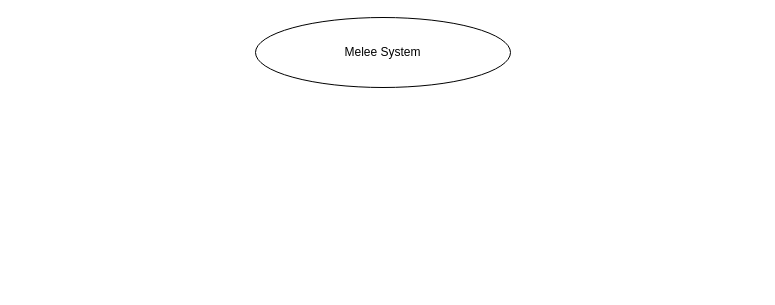
The draw.io diagram page "Melee" (2 of 11) of Diagrams/Mechanics Overview.drawio in NotTom31/MechroKnights, before the edit. Source tidied: cells renumbered, new cells numbered last; positions are measured from the earlier drawing's top-left corner, leaving out a move shared by most shapes. Both pictures are drawn from the tidied source at 100%, with x=0, y=0 at pixel (255, 17).
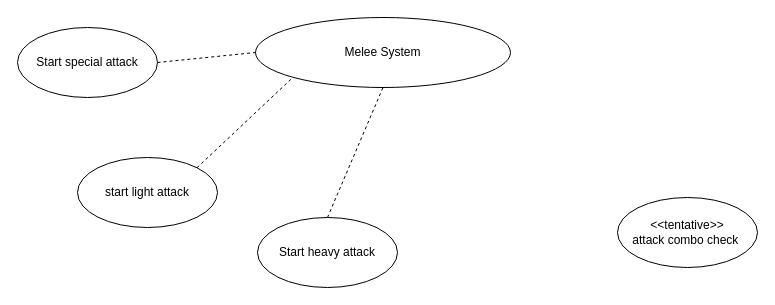
The same page after the edit.

The edit, as a diff of the source:
```diff
@@
 <mxGraphModel>
   <root>
     <mxCell id="0" />
     <mxCell id="1" parent="0" />
     <mxCell id="2" value="Melee System" style="ellipse;whiteSpace=wrap;html=1;" parent="1" vertex="1">
       <mxGeometry width="255" height="70" as="geometry" />
     </mxCell>
+    <mxCell id="3" value="start light attack" style="ellipse;whiteSpace=wrap;html=1;" parent="1" vertex="1">
+      <mxGeometry x="-178" y="140" width="140" height="70" as="geometry" />
+    </mxCell>
+    <mxCell id="4" value="Start heavy attack" style="ellipse;whiteSpace=wrap;html=1;" parent="1" vertex="1">
+      <mxGeometry x="2" y="200" width="140" height="70" as="geometry" />
+    </mxCell>
+    <mxCell id="5" value="Start special attack" style="ellipse;whiteSpace=wrap;html=1;" parent="1" vertex="1">
+      <mxGeometry x="-238" y="10" width="140" height="70" as="geometry" />
+    </mxCell>
+    <mxCell id="6" value="&amp;lt;&amp;lt;tentative&amp;gt;&amp;gt;&lt;br&gt;attack combo check&amp;nbsp;" style="ellipse;whiteSpace=wrap;html=1;" parent="1" vertex="1">
+      <mxGeometry x="362" y="180" width="140" height="70" as="geometry" />
+    </mxCell>
+    <mxCell id="7" style="endArrow=none;dashed=1;html=1;rounded=0;entryX=0;entryY=0.5;entryDx=0;entryDy=0;exitX=1;exitY=0.5;exitDx=0;exitDy=0;" parent="1" edge="1" source="5" target="2">
+      <mxGeometry relative="1" as="geometry" />
+    </mxCell>
+    <mxCell id="8" style="endArrow=none;dashed=1;html=1;rounded=0;entryX=0;entryY=1;entryDx=0;entryDy=0;exitX=1;exitY=0;exitDx=0;exitDy=0;" parent="1" edge="1" source="3" target="2">
+      <mxGeometry relative="1" as="geometry" />
+    </mxCell>
+    <mxCell id="9" style="endArrow=none;dashed=1;html=1;rounded=0;entryX=0.5;entryY=1;entryDx=0;entryDy=0;exitX=0.5;exitY=0;exitDx=0;exitDy=0;" parent="1" edge="1" source="4" target="2">
+      <mxGeometry relative="1" as="geometry" />
+    </mxCell>
   </root>
 </mxGraphModel>
```
